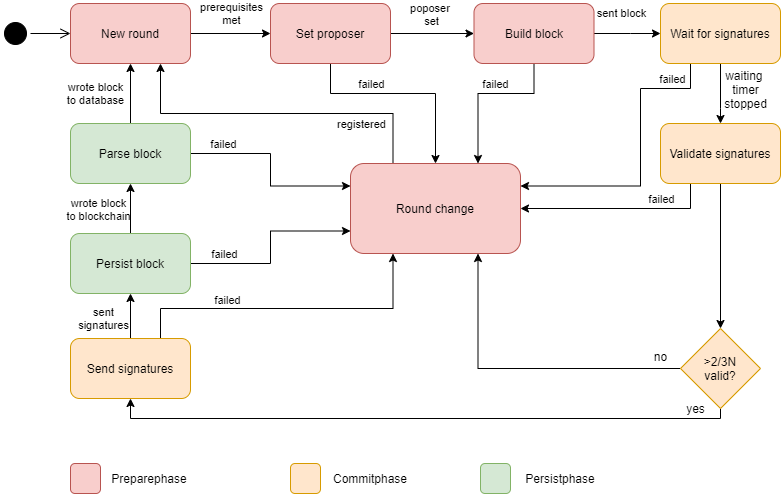
Above: docs/diagrams/round_flow_proposer.drawio.png in trustcerts/trustchain-doc (draw.io), before the change. Source tidied: cells renumbered, new cells last; positions are measured from the earlier drawing's top-left corner, leaving out a move shared by most shapes.
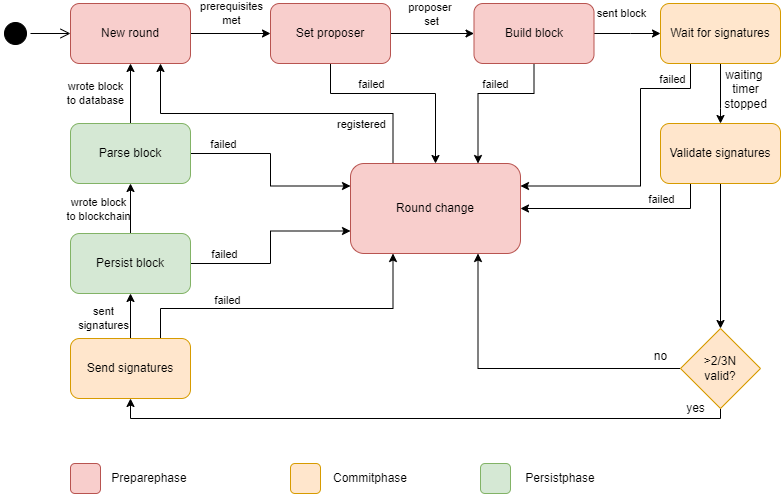
After the commit.

Commit message:
corrected diagrams

Change to the diagram source:
```diff
@@ -63,7 +63,7 @@
     <mxCell id="14" style="edgeStyle=orthogonalEdgeStyle;rounded=0;jettySize=auto;html=1;exitX=1;exitY=0.5;exitDx=0;exitDy=0;" parent="1" edge="1" source="18" target="10">
       <mxGeometry relative="1" as="geometry" />
     </mxCell>
-    <mxCell id="15" value="poposer&amp;nbsp;&lt;br&gt;set" style="edgeLabel;html=1;align=center;verticalAlign=middle;" parent="14" vertex="1">
+    <mxCell id="15" value="proposer&amp;nbsp;&lt;br&gt;set" style="edgeLabel;html=1;align=center;verticalAlign=middle;" parent="14" vertex="1">
       <mxGeometry x="0.17" relative="1" as="geometry">
         <mxPoint x="-9" y="-20" as="offset" />
       </mxGeometry>
```
